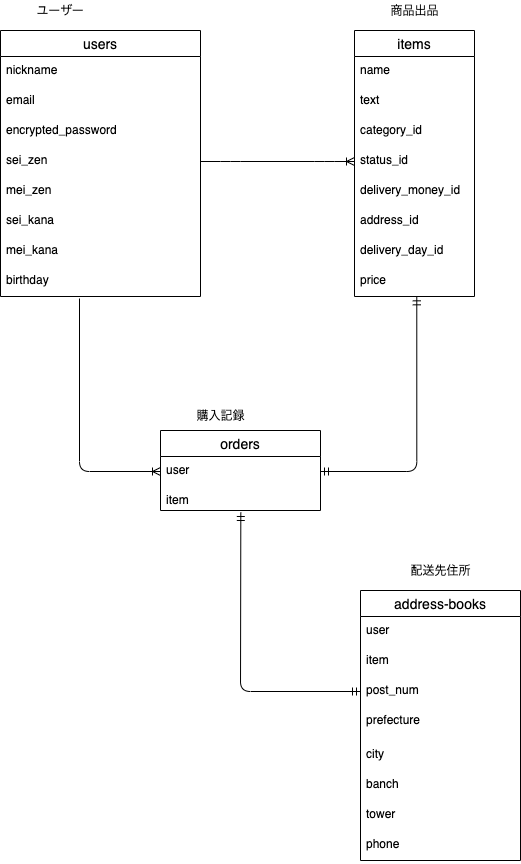
Earlier version of the draw.io export ER図.png (ak-matsu/furima-34248). Source tidied: cells renumbered, new cells last; positions are measured from the earlier drawing's top-left corner, leaving out a move shared by most shapes.
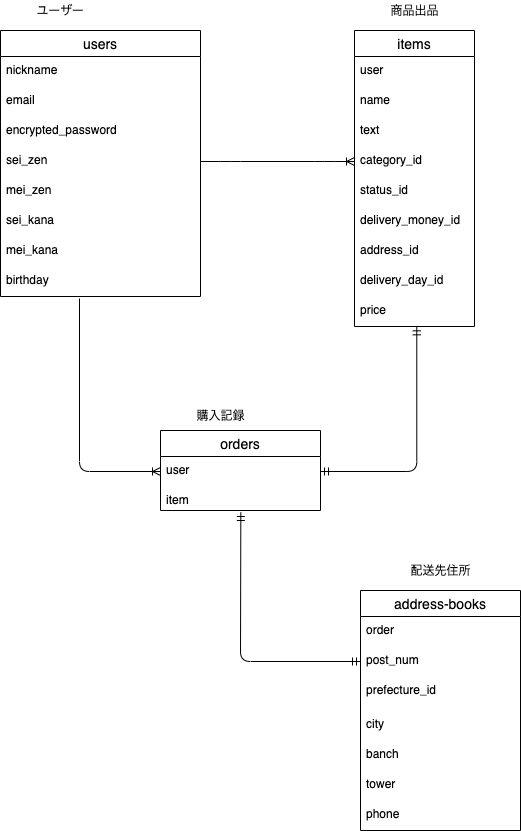
After the change.

What changed in the source:
```diff
@@ -30,31 +30,34 @@
       <mxGeometry y="236" width="200" height="30" as="geometry" />
     </mxCell>
     <mxCell id="11" value="items" style="swimlane;fontStyle=0;horizontal=1;startSize=26;align=center;fontSize=14;" parent="1" vertex="1">
-      <mxGeometry x="354" y="30" width="120" height="266" as="geometry" />
+      <mxGeometry x="354" y="30" width="120" height="296" as="geometry" />
     </mxCell>
+    <mxCell id="40" value="user" style="text;strokeColor=none;fillColor=none;spacingLeft=4;spacingRight=4;overflow=hidden;fontSize=12;" parent="11" vertex="1">
+      <mxGeometry y="26" width="120" height="30" as="geometry" />
+    </mxCell>
     <mxCell id="12" value="name" style="text;strokeColor=none;fillColor=none;spacingLeft=4;spacingRight=4;overflow=hidden;fontSize=12;" parent="11" vertex="1">
-      <mxGeometry y="26" width="120" height="30" as="geometry" />
+      <mxGeometry y="56" width="120" height="30" as="geometry" />
     </mxCell>
     <mxCell id="13" value="text" style="text;strokeColor=none;fillColor=none;spacingLeft=4;spacingRight=4;overflow=hidden;fontSize=12;" parent="11" vertex="1">
-      <mxGeometry y="56" width="120" height="30" as="geometry" />
+      <mxGeometry y="86" width="120" height="30" as="geometry" />
     </mxCell>
     <mxCell id="14" value="category_id" style="text;strokeColor=none;fillColor=none;spacingLeft=4;spacingRight=4;overflow=hidden;points=[[0,0.5],[1,0.5]];portConstraint=eastwest;fontSize=12;" parent="11" vertex="1">
-      <mxGeometry y="86" width="120" height="30" as="geometry" />
+      <mxGeometry y="116" width="120" height="30" as="geometry" />
     </mxCell>
     <mxCell id="15" value="status_id" style="text;strokeColor=none;fillColor=none;spacingLeft=4;spacingRight=4;overflow=hidden;points=[[0,0.5],[1,0.5]];portConstraint=eastwest;fontSize=12;" parent="11" vertex="1">
-      <mxGeometry y="116" width="120" height="30" as="geometry" />
+      <mxGeometry y="146" width="120" height="30" as="geometry" />
     </mxCell>
     <mxCell id="16" value="delivery_money_id" style="text;strokeColor=none;fillColor=none;spacingLeft=4;spacingRight=4;overflow=hidden;fontSize=12;" parent="11" vertex="1">
-      <mxGeometry y="146" width="120" height="30" as="geometry" />
+      <mxGeometry y="176" width="120" height="30" as="geometry" />
     </mxCell>
     <mxCell id="17" value="address_id" style="text;strokeColor=none;fillColor=none;spacingLeft=4;spacingRight=4;overflow=hidden;fontSize=12;" parent="11" vertex="1">
-      <mxGeometry y="176" width="120" height="30" as="geometry" />
+      <mxGeometry y="206" width="120" height="30" as="geometry" />
     </mxCell>
     <mxCell id="18" value="delivery_day_id" style="text;strokeColor=none;fillColor=none;spacingLeft=4;spacingRight=4;overflow=hidden;fontSize=12;" parent="11" vertex="1">
-      <mxGeometry y="206" width="120" height="30" as="geometry" />
+      <mxGeometry y="236" width="120" height="30" as="geometry" />
     </mxCell>
     <mxCell id="19" value="price" style="text;strokeColor=none;fillColor=none;spacingLeft=4;spacingRight=4;overflow=hidden;points=[[0,0.5],[1,0.5]];portConstraint=eastwest;fontSize=12;" parent="11" vertex="1">
-      <mxGeometry y="236" width="120" height="30" as="geometry" />
+      <mxGeometry y="266" width="120" height="30" as="geometry" />
     </mxCell>
     <mxCell id="20" value="orders" style="swimlane;fontStyle=0;horizontal=1;startSize=26;align=center;fontSize=14;" parent="1" vertex="1">
       <mxGeometry x="160" y="430" width="160" height="80" as="geometry" />
@@ -78,31 +81,28 @@
       <mxGeometry relative="1" as="geometry" />
     </mxCell>
     <mxCell id="27" value="address-books" style="swimlane;fontStyle=0;horizontal=1;startSize=26;align=center;fontSize=14;" parent="1" vertex="1">
-      <mxGeometry x="360" y="590" width="160" height="270" as="geometry" />
+      <mxGeometry x="360" y="590" width="160" height="240" as="geometry" />
     </mxCell>
-    <mxCell id="28" value="user" style="text;strokeColor=none;fillColor=none;spacingLeft=4;spacingRight=4;overflow=hidden;fontSize=12;" parent="27" vertex="1">
+    <mxCell id="28" value="order" style="text;strokeColor=none;fillColor=none;spacingLeft=4;spacingRight=4;overflow=hidden;fontSize=12;" parent="27" vertex="1">
       <mxGeometry y="26" width="160" height="30" as="geometry" />
     </mxCell>
-    <mxCell id="29" value="item" style="text;strokeColor=none;fillColor=none;spacingLeft=4;spacingRight=4;overflow=hidden;fontSize=12;" parent="27" vertex="1">
-      <mxGeometry y="56" width="160" height="30" as="geometry" />
-    </mxCell>
     <mxCell id="30" value="post_num" style="text;strokeColor=none;fillColor=none;spacingLeft=4;spacingRight=4;overflow=hidden;points=[[0,0.5],[1,0.5]];portConstraint=eastwest;fontSize=12;" parent="27" vertex="1">
-      <mxGeometry y="86" width="160" height="30" as="geometry" />
+      <mxGeometry y="56" width="160" height="30" as="geometry" />
     </mxCell>
-    <mxCell id="31" value="prefecture" style="text;strokeColor=none;fillColor=none;spacingLeft=4;spacingRight=4;overflow=hidden;fontSize=12;" parent="27" vertex="1">
-      <mxGeometry y="116" width="160" height="34" as="geometry" />
+    <mxCell id="31" value="prefecture_id" style="text;strokeColor=none;fillColor=none;spacingLeft=4;spacingRight=4;overflow=hidden;fontSize=12;" parent="27" vertex="1">
+      <mxGeometry y="86" width="160" height="34" as="geometry" />
     </mxCell>
     <mxCell id="32" value="city" style="text;strokeColor=none;fillColor=none;spacingLeft=4;spacingRight=4;overflow=hidden;fontSize=12;" parent="27" vertex="1">
-      <mxGeometry y="150" width="160" height="30" as="geometry" />
+      <mxGeometry y="120" width="160" height="30" as="geometry" />
     </mxCell>
     <mxCell id="33" value="banch" style="text;strokeColor=none;fillColor=none;spacingLeft=4;spacingRight=4;overflow=hidden;fontSize=12;" parent="27" vertex="1">
-      <mxGeometry y="180" width="160" height="30" as="geometry" />
+      <mxGeometry y="150" width="160" height="30" as="geometry" />
     </mxCell>
     <mxCell id="34" value="tower" style="text;strokeColor=none;fillColor=none;spacingLeft=4;spacingRight=4;overflow=hidden;fontSize=12;" parent="27" vertex="1">
-      <mxGeometry y="210" width="160" height="30" as="geometry" />
+      <mxGeometry y="180" width="160" height="30" as="geometry" />
     </mxCell>
     <mxCell id="35" value="phone" style="text;strokeColor=none;fillColor=none;spacingLeft=4;spacingRight=4;overflow=hidden;fontSize=12;" parent="27" vertex="1">
-      <mxGeometry y="240" width="160" height="30" as="geometry" />
+      <mxGeometry y="210" width="160" height="30" as="geometry" />
     </mxCell>
     <mxCell id="36" style="fontSize=12;html=1;endArrow=ERmandOne;startArrow=ERmandOne;entryX=0;entryY=0.5;entryDx=0;entryDy=0;edgeStyle=elbowEdgeStyle;exitX=0.502;exitY=1.083;exitDx=0;exitDy=0;exitPerimeter=0;" parent="1" edge="1" source="22" target="30">
       <mxGeometry relative="1" as="geometry">
@@ -111,7 +111,7 @@
         </Array>
       </mxGeometry>
     </mxCell>
-    <mxCell id="37" style="edgeStyle=entityRelationEdgeStyle;fontSize=12;html=1;endArrow=ERoneToMany;entryX=0;entryY=0.5;entryDx=0;entryDy=0;exitX=1;exitY=0.5;exitDx=0;exitDy=0;" parent="1" edge="1" source="6" target="15">
+    <mxCell id="37" style="edgeStyle=entityRelationEdgeStyle;fontSize=12;html=1;endArrow=ERoneToMany;entryX=0;entryY=0.5;entryDx=0;entryDy=0;exitX=1;exitY=0.5;exitDx=0;exitDy=0;" parent="1" edge="1" source="6" target="14">
       <mxGeometry relative="1" as="geometry" />
     </mxCell>
     <mxCell id="38" value="配送先住所" style="text;html=1;align=center;verticalAlign=middle;fillColor=none;strokeColor=none;rounded=0;" parent="1" vertex="1">
```
